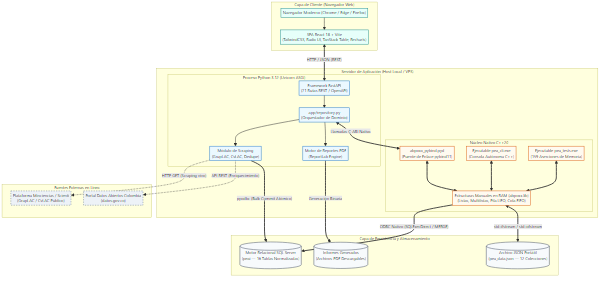
WillQUERTY/sys-pea-integration keeps this Mermaid diagram as docs/diagrams/11_arquitectura_despliegue.png. Above is the earlier version. Its source is kept beside it as docs/diagrams/11_arquitectura_despliegue.mmd. The source it was exported from:
```mermaid
graph TB
    classDef clientStyle fill:#e6fffa,stroke:#319795,stroke-width:2px;
    classDef serverStyle fill:#ebf8ff,stroke:#3182ce,stroke-width:2px;
    classDef nativeStyle fill:#fffaf0,stroke:#dd6b20,stroke-width:2px;
    classDef dataStyle fill:#f7fafc,stroke:#4a5568,stroke-width:2px;
    classDef extStyle fill:#edf2f7,stroke:#718096,stroke-width:2px,stroke-dasharray: 5 5;

    subgraph Cliente ["Capa de Cliente (Navegador Web)"]
        Browser["Navegador Moderno (Chrome / Edge / Firefox)"]:::clientStyle
        ReactApp["SPA React 18 + Vite\n(TailwindCSS, Radix UI, TanStack Table, Recharts)"]:::clientStyle
        Browser --> ReactApp
    end

    subgraph Servidor ["Servidor de Aplicación (Host Local / VPS)"]
        subgraph PythonRuntime ["Proceso Python 3.12 (Uvicorn ASGI)"]
            FastAPI["Framework FastAPI\n(71 Rutas REST / OpenAPI)"]:::serverStyle
            RepoModule["app/repository.py\n(Orquestador de Dominio)"]:::serverStyle
            ScraperEngine["Módulo de Scraping\n(GrupLAC, CvLAC, Dedupe)"]:::serverStyle
            PDFEngine["Motor de Reportes PDF\n(ReportLab Engine)"]:::serverStyle
        end

        subgraph NativeCore ["Núcleo Nativo C++20"]
            PyBindModule["abpoxx_pybind.pyd\n(Puente de Enlace pybind11)"]:::nativeStyle
            CoreRAM["Estructuras Manuales en RAM (abpoxx.lib)\n(Listas, Multilistas, Pila LIFO, Cola FIFO)"]:::nativeStyle
            CLI["Ejecutable pea_cli.exe\n(Consola Autónoma C++)"]:::nativeStyle
            Tests["Ejecutable pea_tests.exe\n(159 Aserciones de Memoria)"]:::nativeStyle
        end

        FastAPI --> RepoModule
        RepoModule --> ScraperEngine
        RepoModule --> PDFEngine
        RepoModule <==>|Llamadas C-ABI Nativa| PyBindModule
        PyBindModule <==> CoreRAM
        CLI <==> CoreRAM
        Tests <==> CoreRAM
    end

    subgraph Persistencia ["Capa de Persistencia y Almacenamiento"]
        SQLServer[("Motor Relacional SQL Server\n(peai — 16 Tablas Normalizadas)")]:::dataStyle
        JSONFile[("Archivo JSON Portátil\n(pea_data.json — 12 Colecciones)")]:::dataStyle
        PDFStorage[("Informes Generados\n(Archivos PDF Descargables)")]:::dataStyle
    end

    subgraph Externo ["Fuentes Externas en Línea"]
        Scienti["Plataforma Minciencias / Scienti\n(GrupLAC / CvLAC Público)"]:::extStyle
        DatosAbiertos["Portal Datos Abiertos Colombia\n(datos.gov.co)"]:::extStyle
    end

    ReactApp <==>|"HTTP / JSON (REST)"| FastAPI
    ScraperEngine -.->|"HTTP GET (Scraping vivo)"| Scienti
    ScraperEngine -.->|"API REST (Enriquecimiento)"| DatosAbiertos

    CoreRAM ==>|"ODBC Nativo (SQLExecDirect / MERGE)"| SQLServer
    ScraperEngine ==>|"pyodbc (Bulk Commit Atómico)"| SQLServer
    CoreRAM <==>|std::ifstream / std::ofstream| JSONFile
    PDFEngine ==>|Generación Binaria| PDFStorage
```
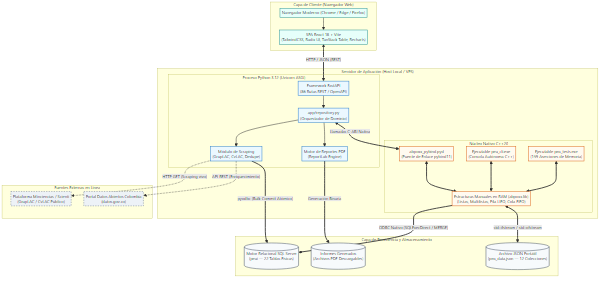
Above is the later version.

The edit, as a diff of the source:
```diff
@@ -13,7 +13,7 @@
 
     subgraph Servidor ["Servidor de Aplicación (Host Local / VPS)"]
         subgraph PythonRuntime ["Proceso Python 3.12 (Uvicorn ASGI)"]
-            FastAPI["Framework FastAPI\n(71 Rutas REST / OpenAPI)"]:::serverStyle
+            FastAPI["Framework FastAPI\n(86 Rutas REST / OpenAPI)"]:::serverStyle
             RepoModule["app/repository.py\n(Orquestador de Dominio)"]:::serverStyle
             ScraperEngine["Módulo de Scraping\n(GrupLAC, CvLAC, Dedupe)"]:::serverStyle
             PDFEngine["Motor de Reportes PDF\n(ReportLab Engine)"]:::serverStyle
@@ -36,7 +36,7 @@
     end
 
     subgraph Persistencia ["Capa de Persistencia y Almacenamiento"]
-        SQLServer[("Motor Relacional SQL Server\n(peai — 16 Tablas Normalizadas)")]:::dataStyle
+        SQLServer[("Motor Relacional SQL Server\n(peai — 22 Tablas Físicas)")]:::dataStyle
         JSONFile[("Archivo JSON Portátil\n(pea_data.json — 12 Colecciones)")]:::dataStyle
         PDFStorage[("Informes Generados\n(Archivos PDF Descargables)")]:::dataStyle
     end
```
